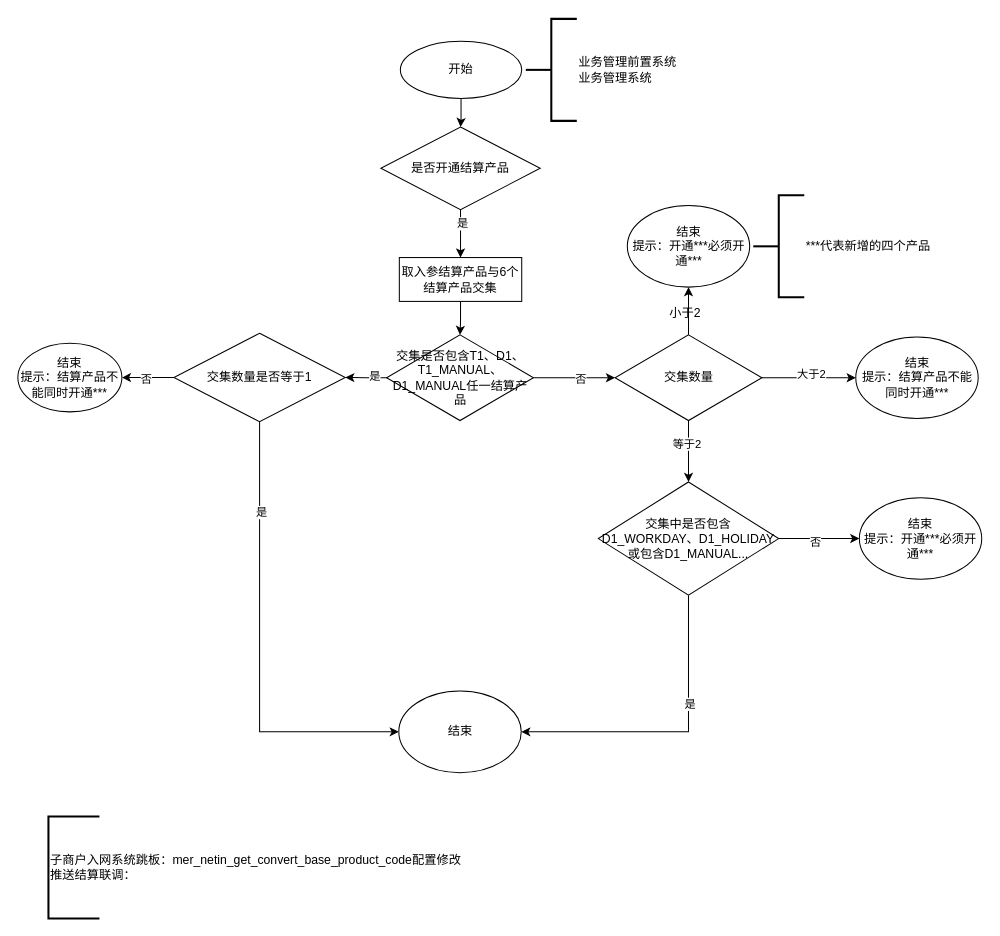
The draw.io diagram page "工作日/非工作日结算产品" (1 of 2) of 未命名绘图.drawio in fengyong7723131/work, before the edit. Source tidied: cells renumbered, new cells numbered last; positions are measured from the earlier drawing's top-left corner, leaving out a move shared by most shapes. Both pictures are drawn from the tidied source at 102%, with x=0, y=0 at pixel (17, 18).
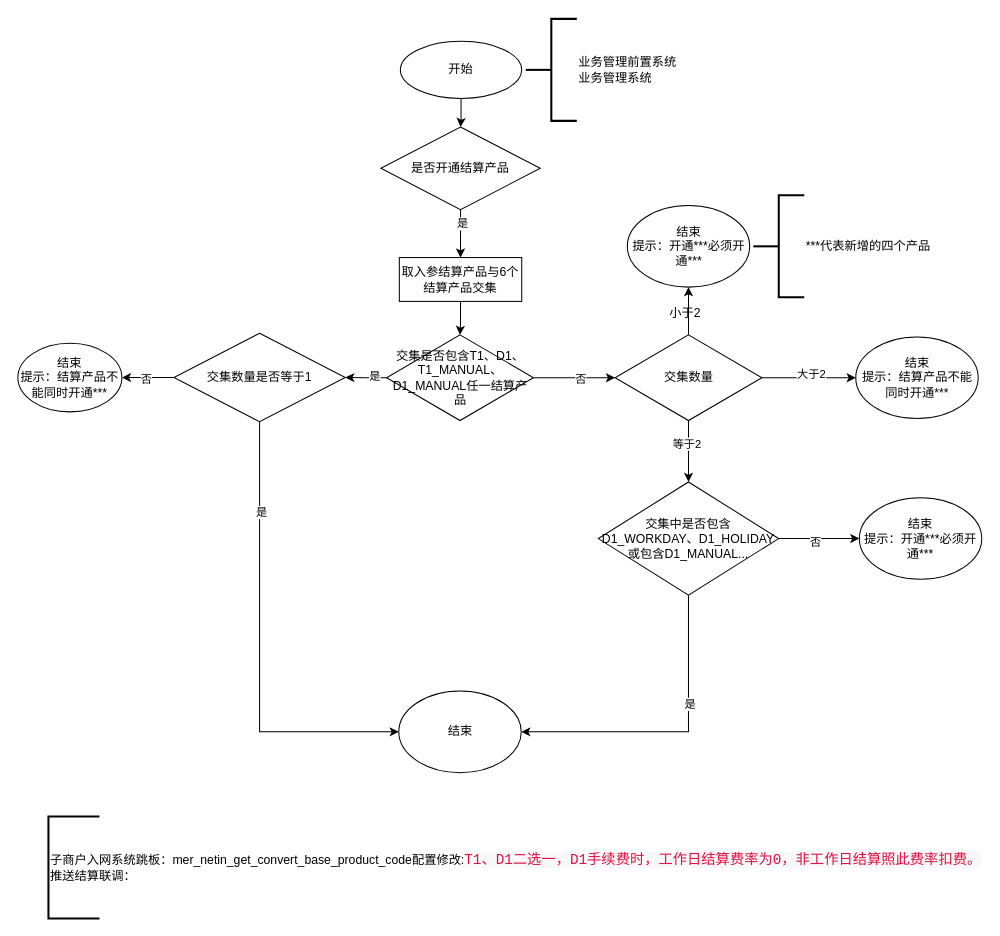
The same diagram, later.

Commit message:
Update 未命名绘图.drawio

What changed in the source:
```diff
@@
-    <mxCell id="38" value="子商户入网系统跳板：mer_netin_get_convert_base_product_code配置修改&lt;br&gt;推送结算联调：" style="strokeWidth=2;html=1;shape=mxgraph.flowchart.annotation_1;align=left;" parent="1" vertex="1">
+    <mxCell id="38" value="子商户入网系统跳板：mer_netin_get_convert_base_product_code配置修改:&lt;span style=&quot;color: rgb(221 , 17 , 68) ; font-family: &amp;#34;mononoki&amp;#34; , &amp;#34;consolas&amp;#34; , &amp;#34;liberation mono&amp;#34; , &amp;#34;menlo&amp;#34; , &amp;#34;courier&amp;#34; , monospace , &amp;#34;apple color emoji&amp;#34; , &amp;#34;segoe ui emoji&amp;#34; , &amp;#34;noto color emoji&amp;#34; , &amp;#34;segoe ui symbol&amp;#34; , &amp;#34;android emoji&amp;#34; , &amp;#34;emojisymbols&amp;#34; ; font-size: 14px ; background-color: rgb(248 , 248 , 248)&quot;&gt;T1、D1二选一，D1手续费时，工作日结算费率为0，非工作日结算照此费率扣费。&lt;/span&gt;&lt;br&gt;推送结算联调：" style="strokeWidth=2;html=1;shape=mxgraph.flowchart.annotation_1;align=left;" parent="1" vertex="1">
       <mxGeometry x="30" y="782" width="50" height="100" as="geometry" />
     </mxCell>
```
